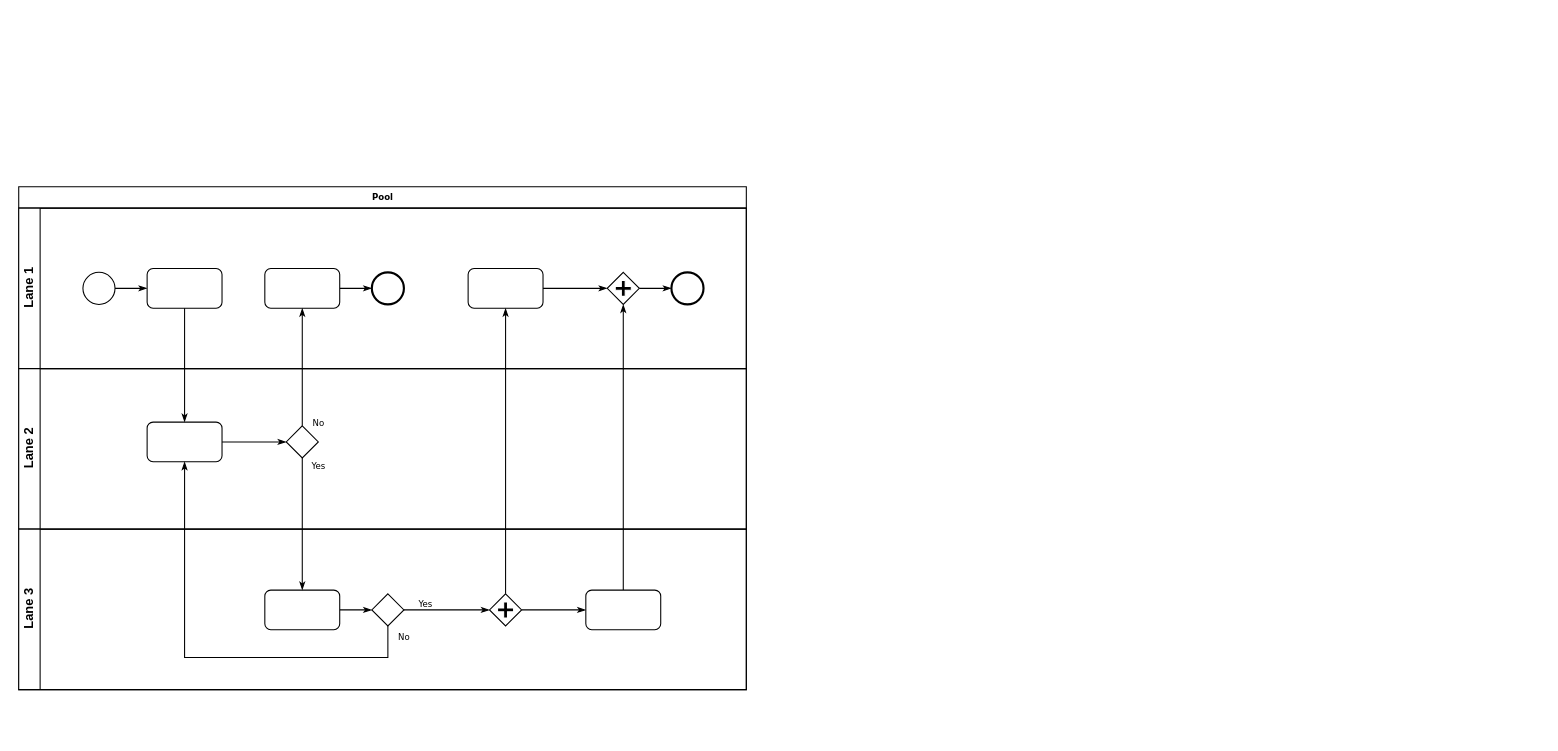
Above: Untitled Diagram.drawio in ajkelso/CLI-Project (draw.io), before the change. Source tidied: cells renumbered, new cells numbered last; positions are measured from the earlier drawing's top-left corner, leaving out a move shared by most shapes. Both pictures are drawn from the tidied source at 107%, with x=0, y=0 at pixel (18, 186).
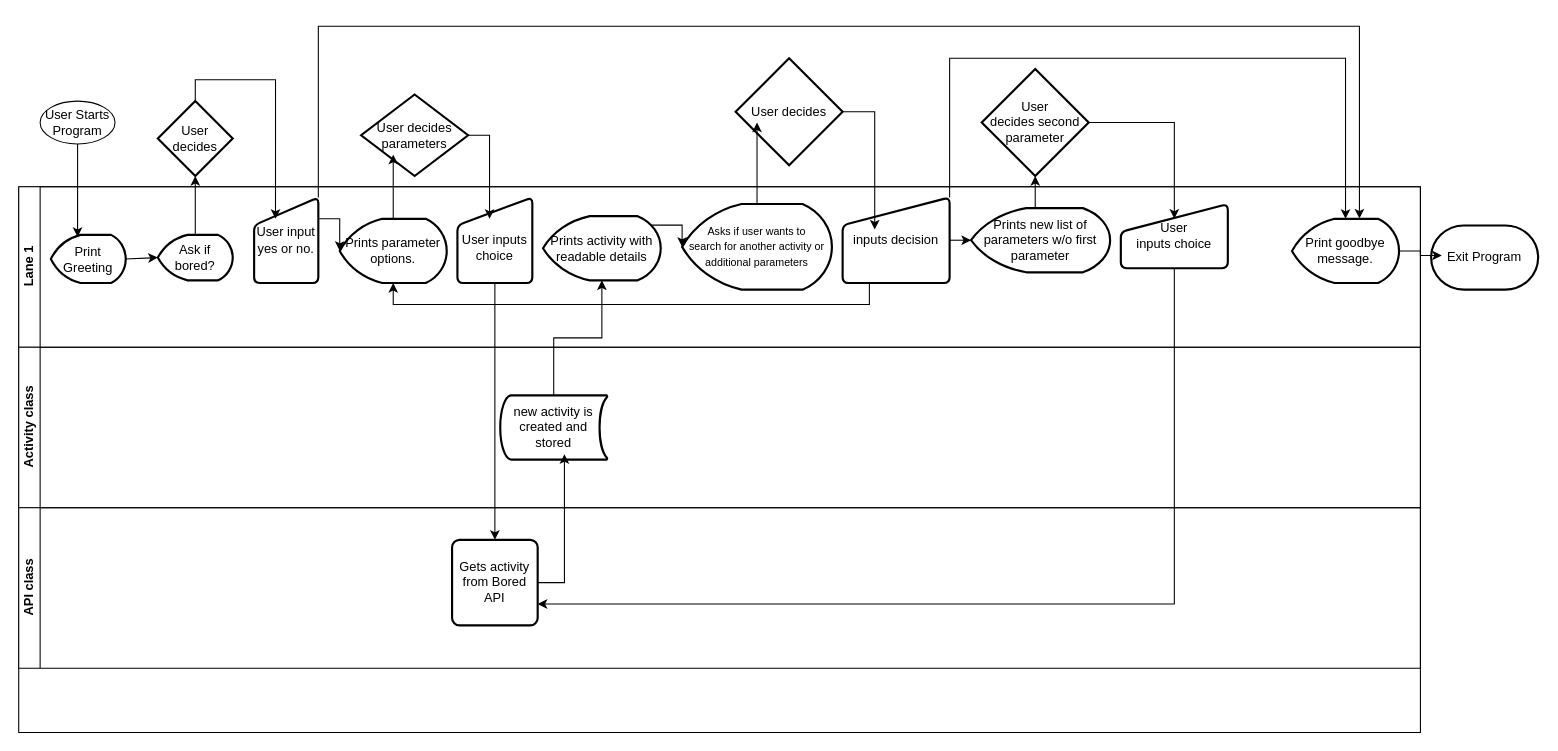
The same page after the edit.

Commit message:
CLI Project diagram

What changed in the source:
```diff
@@
-    <mxCell id="2" value="Pool" style="swimlane;html=1;horizontal=1;startSize=20;rounded=0;shadow=0;labelBackgroundColor=none;strokeWidth=1;fontFamily=Verdana;fontSize=8;align=center;" parent="1" vertex="1">
-      <mxGeometry width="680" height="470" as="geometry" />
+    <mxCell id="2" style="swimlane;html=1;horizontal=1;startSize=0;rounded=0;shadow=0;labelBackgroundColor=none;strokeWidth=1;fontFamily=Verdana;fontSize=8;align=center;" parent="1" vertex="1">
+      <mxGeometry width="1310" height="510" as="geometry" />
     </mxCell>
     <mxCell id="3" value="Lane 1" style="swimlane;html=1;startSize=20;horizontal=0;" parent="2" vertex="1">
-      <mxGeometry y="20" width="680" height="150" as="geometry" />
+      <mxGeometry width="1310" height="150" as="geometry" />
     </mxCell>
-    <mxCell id="4" style="edgeStyle=orthogonalEdgeStyle;rounded=0;html=1;labelBackgroundColor=none;startArrow=none;startFill=0;startSize=5;endArrow=classicThin;endFill=1;endSize=5;jettySize=auto;strokeWidth=1;fontFamily=Verdana;fontSize=8;" parent="3" edge="1" source="5" target="6">
-      <mxGeometry relative="1" as="geometry" />
-    </mxCell>
-    <mxCell id="5" style="ellipse;whiteSpace=wrap;html=1;rounded=0;shadow=0;labelBackgroundColor=none;strokeWidth=1;fontFamily=Verdana;fontSize=8;align=center;" parent="3" vertex="1">
-      <mxGeometry x="60" y="60" width="30" height="30" as="geometry" />
-    </mxCell>
-    <mxCell id="6" style="rounded=1;whiteSpace=wrap;html=1;shadow=0;labelBackgroundColor=none;strokeWidth=1;fontFamily=Verdana;fontSize=8;align=center;" parent="3" vertex="1">
-      <mxGeometry x="120" y="56.5" width="70" height="37" as="geometry" />
-    </mxCell>
-    <mxCell id="7" style="edgeStyle=orthogonalEdgeStyle;rounded=0;html=1;labelBackgroundColor=none;startArrow=none;startFill=0;startSize=5;endArrow=classicThin;endFill=1;endSize=5;jettySize=auto;strokeWidth=1;fontFamily=Verdana;fontSize=8;" parent="3" edge="1" source="8" target="9">
-      <mxGeometry relative="1" as="geometry" />
-    </mxCell>
-    <mxCell id="8" style="rounded=1;whiteSpace=wrap;html=1;shadow=0;labelBackgroundColor=none;strokeWidth=1;fontFamily=Verdana;fontSize=8;align=center;" parent="3" vertex="1">
-      <mxGeometry x="230" y="56.5" width="70" height="37" as="geometry" />
-    </mxCell>
-    <mxCell id="9" style="ellipse;whiteSpace=wrap;html=1;rounded=0;shadow=0;labelBackgroundColor=none;strokeWidth=2;fontFamily=Verdana;fontSize=8;align=center;" parent="3" vertex="1">
-      <mxGeometry x="330" y="60" width="30" height="30" as="geometry" />
-    </mxCell>
-    <mxCell id="10" style="edgeStyle=orthogonalEdgeStyle;rounded=0;html=1;entryX=0;entryY=0.5;labelBackgroundColor=none;startArrow=none;startFill=0;startSize=5;endArrow=classicThin;endFill=1;endSize=5;jettySize=auto;strokeWidth=1;fontFamily=Verdana;fontSize=8;" parent="3" edge="1" source="11" target="13">
-      <mxGeometry relative="1" as="geometry" />
-    </mxCell>
-    <mxCell id="11" style="rounded=1;whiteSpace=wrap;html=1;shadow=0;labelBackgroundColor=none;strokeWidth=1;fontFamily=Verdana;fontSize=8;align=center;" parent="3" vertex="1">
-      <mxGeometry x="420" y="56.5" width="70" height="37" as="geometry" />
-    </mxCell>
-    <mxCell id="12" style="edgeStyle=orthogonalEdgeStyle;rounded=0;html=1;labelBackgroundColor=none;startArrow=none;startFill=0;startSize=5;endArrow=classicThin;endFill=1;endSize=5;jettySize=auto;strokeWidth=1;fontFamily=Verdana;fontSize=8;" parent="3" edge="1" source="13" target="14">
-      <mxGeometry relative="1" as="geometry" />
-    </mxCell>
-    <mxCell id="13" style="shape=mxgraph.bpmn.shape;html=1;verticalLabelPosition=bottom;labelBackgroundColor=#ffffff;verticalAlign=top;perimeter=rhombusPerimeter;background=gateway;outline=none;symbol=parallelGw;rounded=1;shadow=0;strokeWidth=1;fontFamily=Verdana;fontSize=8;align=center;" parent="3" vertex="1">
-      <mxGeometry x="550" y="60" width="30" height="30" as="geometry" />
-    </mxCell>
-    <mxCell id="14" style="ellipse;whiteSpace=wrap;html=1;rounded=0;shadow=0;labelBackgroundColor=none;strokeWidth=2;fontFamily=Verdana;fontSize=8;align=center;" parent="3" vertex="1">
-      <mxGeometry x="610" y="60" width="30" height="30" as="geometry" />
-    </mxCell>
+    <mxCell id="33" style="edgeStyle=orthogonalEdgeStyle;rounded=0;jettySize=auto;html=1;exitX=1;exitY=0;exitDx=0;exitDy=0;entryX=0.63;entryY=-0.004;entryDx=0;entryDy=0;entryPerimeter=0;" parent="3" edge="1" source="36" target="43">
+      <mxGeometry relative="1" as="geometry">
+        <Array as="points">
+          <mxPoint x="280" y="-150" />
+          <mxPoint x="1253" y="-150" />
+        </Array>
+      </mxGeometry>
+    </mxCell>
+    <mxCell id="34" style="edgeStyle=orthogonalEdgeStyle;rounded=0;jettySize=auto;html=1;exitX=1;exitY=0.25;exitDx=0;exitDy=0;" parent="3" edge="1" source="36" target="46">
+      <mxGeometry relative="1" as="geometry" />
+    </mxCell>
+    <mxCell id="35" value="User &lt;br&gt;inputs choice" style="html=1;strokeWidth=2;shape=manualInput;whiteSpace=wrap;rounded=1;size=26;arcSize=11;" parent="3" vertex="1">
+      <mxGeometry x="1030" y="16.2" width="100" height="60" as="geometry" />
+    </mxCell>
+    <mxCell id="36" value="User input yes or no." style="html=1;strokeWidth=2;shape=manualInput;whiteSpace=wrap;rounded=1;size=26;arcSize=11;" parent="3" vertex="1">
+      <mxGeometry x="220" y="10" width="60" height="80" as="geometry" />
+    </mxCell>
+    <mxCell id="37" style="endArrow=classic;html=1;entryX=0;entryY=0.5;entryDx=0;entryDy=0;entryPerimeter=0;exitX=1;exitY=0.5;exitDx=0;exitDy=0;exitPerimeter=0;" parent="3" edge="1" source="44" target="45">
+      <mxGeometry relative="1" as="geometry" />
+    </mxCell>
+    <mxCell id="38" value="&lt;br&gt;User inputs choice" style="html=1;strokeWidth=2;shape=manualInput;whiteSpace=wrap;rounded=1;size=26;arcSize=11;" parent="3" vertex="1">
+      <mxGeometry x="410" y="10" width="70" height="80" as="geometry" />
+    </mxCell>
+    <mxCell id="39" style="edgeStyle=orthogonalEdgeStyle;rounded=0;jettySize=auto;html=1;exitX=0.92;exitY=0.14;exitDx=0;exitDy=0;exitPerimeter=0;" parent="3" edge="1" source="41" target="42">
+      <mxGeometry relative="1" as="geometry" />
+    </mxCell>
+    <mxCell id="40" value="Prints new list of parameters w/o first parameter" style="strokeWidth=2;html=1;shape=mxgraph.flowchart.display;whiteSpace=wrap;" parent="3" vertex="1">
+      <mxGeometry x="890" y="20" width="130" height="60" as="geometry" />
+    </mxCell>
+    <mxCell id="41" value="Prints activity with readable details" style="strokeWidth=2;html=1;shape=mxgraph.flowchart.display;whiteSpace=wrap;" parent="3" vertex="1">
+      <mxGeometry x="490" y="27.5" width="110" height="60" as="geometry" />
+    </mxCell>
+    <mxCell id="42" value="&lt;font style=&quot;font-size: 10px&quot;&gt;Asks if user wants to &lt;br&gt;search for another activity or &lt;br&gt;additional parameters&lt;/font&gt;" style="strokeWidth=2;html=1;shape=mxgraph.flowchart.display;whiteSpace=wrap;" parent="3" vertex="1">
+      <mxGeometry x="620" y="16.2" width="140" height="80" as="geometry" />
+    </mxCell>
+    <mxCell id="43" value="Print goodbye message." style="strokeWidth=2;html=1;shape=mxgraph.flowchart.display;whiteSpace=wrap;" parent="3" vertex="1">
+      <mxGeometry x="1190" y="30" width="100" height="60" as="geometry" />
+    </mxCell>
+    <mxCell id="44" value="Print Greeting" style="strokeWidth=2;html=1;shape=mxgraph.flowchart.display;whiteSpace=wrap;" parent="3" vertex="1">
+      <mxGeometry x="30" y="45" width="70" height="45" as="geometry" />
+    </mxCell>
+    <mxCell id="45" value="Ask if bored?" style="strokeWidth=2;html=1;shape=mxgraph.flowchart.display;whiteSpace=wrap;" parent="3" vertex="1">
+      <mxGeometry x="130" y="45" width="70" height="42.5" as="geometry" />
+    </mxCell>
+    <mxCell id="46" value="Prints parameter options." style="strokeWidth=2;html=1;shape=mxgraph.flowchart.display;whiteSpace=wrap;" parent="3" vertex="1">
+      <mxGeometry x="300" y="30" width="100" height="60" as="geometry" />
+    </mxCell>
+    <mxCell id="47" style="edgeStyle=orthogonalEdgeStyle;rounded=0;jettySize=auto;html=1;exitX=0.25;exitY=1;exitDx=0;exitDy=0;entryX=0.5;entryY=1;entryDx=0;entryDy=0;entryPerimeter=0;" parent="3" edge="1" source="50" target="46">
+      <mxGeometry relative="1" as="geometry" />
+    </mxCell>
+    <mxCell id="48" style="edgeStyle=orthogonalEdgeStyle;rounded=0;jettySize=auto;html=1;exitX=1;exitY=0.5;exitDx=0;exitDy=0;entryX=0;entryY=0.5;entryDx=0;entryDy=0;entryPerimeter=0;" parent="3" edge="1" source="50" target="40">
+      <mxGeometry relative="1" as="geometry" />
+    </mxCell>
+    <mxCell id="49" style="edgeStyle=orthogonalEdgeStyle;rounded=0;jettySize=auto;html=1;exitX=1;exitY=0;exitDx=0;exitDy=0;entryX=0.5;entryY=0;entryDx=0;entryDy=0;entryPerimeter=0;" parent="3" edge="1" source="50" target="43">
+      <mxGeometry relative="1" as="geometry">
+        <Array as="points">
+          <mxPoint x="870" y="-120" />
+          <mxPoint x="1240" y="-120" />
+        </Array>
+      </mxGeometry>
+    </mxCell>
+    <mxCell id="50" value="inputs decision" style="html=1;strokeWidth=2;shape=manualInput;whiteSpace=wrap;rounded=1;size=26;arcSize=11;" parent="3" vertex="1">
+      <mxGeometry x="770" y="10" width="100" height="80" as="geometry" />
+    </mxCell>
-    <mxCell id="15" value="Lane 2" style="swimlane;html=1;startSize=20;horizontal=0;" parent="2" vertex="1">
-      <mxGeometry y="170" width="680" height="150" as="geometry" />
+    <mxCell id="15" value="Activity class" style="swimlane;html=1;startSize=20;horizontal=0;" parent="2" vertex="1">
+      <mxGeometry y="150" width="1310" height="150" as="geometry" />
     </mxCell>
-    <mxCell id="16" style="edgeStyle=orthogonalEdgeStyle;rounded=0;html=1;labelBackgroundColor=none;startArrow=none;startFill=0;startSize=5;endArrow=classicThin;endFill=1;endSize=5;jettySize=auto;strokeWidth=1;fontFamily=Verdana;fontSize=8;" parent="15" edge="1" source="17" target="18">
-      <mxGeometry relative="1" as="geometry" />
-    </mxCell>
-    <mxCell id="17" style="rounded=1;whiteSpace=wrap;html=1;shadow=0;labelBackgroundColor=none;strokeWidth=1;fontFamily=Verdana;fontSize=8;align=center;" parent="15" vertex="1">
-      <mxGeometry x="120" y="50" width="70" height="37" as="geometry" />
-    </mxCell>
-    <mxCell id="18" style="strokeWidth=1;html=1;shape=mxgraph.flowchart.decision;whiteSpace=wrap;rounded=1;shadow=0;labelBackgroundColor=none;fontFamily=Verdana;fontSize=8;align=center;" parent="15" vertex="1">
-      <mxGeometry x="250" y="53.5" width="30" height="30" as="geometry" />
-    </mxCell>
+    <mxCell id="51" value="new activity is created and stored" style="strokeWidth=2;html=1;shape=mxgraph.flowchart.stored_data;whiteSpace=wrap;" parent="15" vertex="1">
+      <mxGeometry x="450" y="45" width="100" height="60" as="geometry" />
+    </mxCell>
-    <mxCell id="19" value="Lane 3" style="swimlane;html=1;startSize=20;horizontal=0;" parent="2" vertex="1">
-      <mxGeometry y="320" width="680" height="150" as="geometry" />
+    <mxCell id="19" value="API class" style="swimlane;html=1;startSize=20;horizontal=0;" parent="2" vertex="1">
+      <mxGeometry y="300" width="1310" height="150" as="geometry" />
     </mxCell>
-    <mxCell id="20" style="edgeStyle=orthogonalEdgeStyle;rounded=0;html=1;labelBackgroundColor=none;startArrow=none;startFill=0;startSize=5;endArrow=classicThin;endFill=1;endSize=5;jettySize=auto;strokeWidth=1;fontFamily=Verdana;fontSize=8;" parent="19" edge="1" source="21" target="23">
-      <mxGeometry relative="1" as="geometry" />
-    </mxCell>
-    <mxCell id="21" style="rounded=1;whiteSpace=wrap;html=1;shadow=0;labelBackgroundColor=none;strokeWidth=1;fontFamily=Verdana;fontSize=8;align=center;" parent="19" vertex="1">
-      <mxGeometry x="230" y="57" width="70" height="37" as="geometry" />
-    </mxCell>
-    <mxCell id="22" value="Yes" style="edgeStyle=orthogonalEdgeStyle;rounded=0;html=1;entryX=0;entryY=0.5;labelBackgroundColor=none;startArrow=none;startFill=0;startSize=5;endArrow=classicThin;endFill=1;endSize=5;jettySize=auto;strokeWidth=1;fontFamily=Verdana;fontSize=8;" parent="19" edge="1" source="23" target="25">
-      <mxGeometry x="-0.5" y="6" relative="1" as="geometry" />
-    </mxCell>
-    <mxCell id="23" style="strokeWidth=1;html=1;shape=mxgraph.flowchart.decision;whiteSpace=wrap;rounded=1;shadow=0;labelBackgroundColor=none;fontFamily=Verdana;fontSize=8;align=center;" parent="19" vertex="1">
-      <mxGeometry x="330" y="60.5" width="30" height="30" as="geometry" />
-    </mxCell>
-    <mxCell id="24" style="edgeStyle=orthogonalEdgeStyle;rounded=0;html=1;labelBackgroundColor=none;startArrow=none;startFill=0;startSize=5;endArrow=classicThin;endFill=1;endSize=5;jettySize=auto;strokeColor=#000000;strokeWidth=1;fontFamily=Verdana;fontSize=8;fontColor=#000000;" parent="19" edge="1" source="25" target="26">
-      <mxGeometry relative="1" as="geometry" />
-    </mxCell>
-    <mxCell id="25" style="shape=mxgraph.bpmn.shape;html=1;verticalLabelPosition=bottom;labelBackgroundColor=#ffffff;verticalAlign=top;perimeter=rhombusPerimeter;background=gateway;outline=none;symbol=parallelGw;rounded=1;shadow=0;strokeWidth=1;fontFamily=Verdana;fontSize=8;align=center;" parent="19" vertex="1">
-      <mxGeometry x="440" y="60.5" width="30" height="30" as="geometry" />
-    </mxCell>
-    <mxCell id="26" style="rounded=1;whiteSpace=wrap;html=1;shadow=0;labelBackgroundColor=none;strokeWidth=1;fontFamily=Verdana;fontSize=8;align=center;" parent="19" vertex="1">
-      <mxGeometry x="530" y="57" width="70" height="37" as="geometry" />
-    </mxCell>
-    <mxCell id="27" style="edgeStyle=orthogonalEdgeStyle;rounded=0;html=1;labelBackgroundColor=none;startArrow=none;startFill=0;startSize=5;endArrow=classicThin;endFill=1;endSize=5;jettySize=auto;strokeWidth=1;fontFamily=Verdana;fontSize=8;" parent="2" edge="1" source="6" target="17">
-      <mxGeometry relative="1" as="geometry" />
-    </mxCell>
-    <mxCell id="28" value="No" style="edgeStyle=orthogonalEdgeStyle;rounded=0;html=1;labelBackgroundColor=none;startArrow=none;startFill=0;startSize=5;endArrow=classicThin;endFill=1;endSize=5;jettySize=auto;strokeWidth=1;fontFamily=Verdana;fontSize=8;" parent="2" edge="1" source="18" target="8">
-      <mxGeometry x="-0.94" y="-15" relative="1" as="geometry" />
-    </mxCell>
-    <mxCell id="29" value="Yes" style="edgeStyle=orthogonalEdgeStyle;rounded=0;html=1;labelBackgroundColor=none;startArrow=none;startFill=0;startSize=5;endArrow=classicThin;endFill=1;endSize=5;jettySize=auto;strokeWidth=1;fontFamily=Verdana;fontSize=8;" parent="2" edge="1" source="18" target="21">
-      <mxGeometry x="-0.89" y="15" relative="1" as="geometry" />
-    </mxCell>
-    <mxCell id="30" style="edgeStyle=orthogonalEdgeStyle;rounded=0;html=1;entryX=0.5;entryY=1;labelBackgroundColor=none;startArrow=none;startFill=0;startSize=5;endArrow=classicThin;endFill=1;endSize=5;jettySize=auto;strokeWidth=1;fontFamily=Verdana;fontSize=8;" parent="2" edge="1" source="26" target="13">
-      <mxGeometry relative="1" as="geometry" />
-    </mxCell>
-    <mxCell id="31" value="No" style="edgeStyle=orthogonalEdgeStyle;rounded=0;html=1;labelBackgroundColor=none;startArrow=none;startFill=0;startSize=5;endArrow=classicThin;endFill=1;endSize=5;jettySize=auto;strokeWidth=1;fontFamily=Verdana;fontSize=8;" parent="2" edge="1" source="23" target="17">
-      <mxGeometry x="-0.95" y="15" relative="1" as="geometry">
-        <Array as="points">
-          <mxPoint x="345" y="440" />
-          <mxPoint x="155" y="440" />
-        </Array>
-      </mxGeometry>
-    </mxCell>
-    <mxCell id="32" style="edgeStyle=orthogonalEdgeStyle;rounded=0;html=1;labelBackgroundColor=none;startArrow=none;startFill=0;startSize=5;endArrow=classicThin;endFill=1;endSize=5;jettySize=auto;strokeWidth=1;fontFamily=Verdana;fontSize=8;" parent="2" edge="1" source="25" target="11">
-      <mxGeometry relative="1" as="geometry" />
-    </mxCell>
+    <mxCell id="52" value="Gets activity from Bored API" style="rounded=1;whiteSpace=wrap;html=1;absoluteArcSize=1;arcSize=14;strokeWidth=2;" parent="19" vertex="1">
+      <mxGeometry x="405" y="30" width="80" height="80" as="geometry" />
+    </mxCell>
+    <mxCell id="53" style="edgeStyle=orthogonalEdgeStyle;rounded=0;jettySize=auto;html=1;exitX=0.5;exitY=1;exitDx=0;exitDy=0;entryX=0.5;entryY=0;entryDx=0;entryDy=0;" parent="2" edge="1" source="38" target="52">
+      <mxGeometry relative="1" as="geometry" />
+    </mxCell>
+    <mxCell id="54" style="edgeStyle=orthogonalEdgeStyle;rounded=0;jettySize=auto;html=1;exitX=1;exitY=0.5;exitDx=0;exitDy=0;entryX=0.6;entryY=0.917;entryDx=0;entryDy=0;entryPerimeter=0;" parent="2" edge="1" source="52" target="51">
+      <mxGeometry relative="1" as="geometry" />
+    </mxCell>
+    <mxCell id="55" style="edgeStyle=orthogonalEdgeStyle;rounded=0;jettySize=auto;html=1;exitX=0.5;exitY=0;exitDx=0;exitDy=0;exitPerimeter=0;" parent="2" edge="1" source="51" target="41">
+      <mxGeometry relative="1" as="geometry" />
+    </mxCell>
+    <mxCell id="56" style="edgeStyle=orthogonalEdgeStyle;rounded=0;jettySize=auto;html=1;exitX=0.5;exitY=1;exitDx=0;exitDy=0;entryX=1;entryY=0.75;entryDx=0;entryDy=0;" parent="2" edge="1" source="35" target="52">
+      <mxGeometry relative="1" as="geometry" />
+    </mxCell>
+    <mxCell id="57" style="edgeStyle=orthogonalEdgeStyle;rounded=0;jettySize=auto;html=1;exitX=0.5;exitY=1;exitDx=0;exitDy=0;entryX=0.357;entryY=0.044;entryDx=0;entryDy=0;entryPerimeter=0;" parent="1" edge="1" source="58" target="44">
+      <mxGeometry relative="1" as="geometry" />
+    </mxCell>
+    <mxCell id="58" value="User Starts&lt;br&gt;Program" style="ellipse;whiteSpace=wrap;html=1;" parent="1" vertex="1">
+      <mxGeometry x="20" y="-80" width="70" height="40" as="geometry" />
+    </mxCell>
+    <mxCell id="59" style="edgeStyle=orthogonalEdgeStyle;rounded=0;jettySize=auto;html=1;exitX=0.5;exitY=0;exitDx=0;exitDy=0;exitPerimeter=0;entryX=0.333;entryY=0.25;entryDx=0;entryDy=0;entryPerimeter=0;" parent="1" edge="1" source="60" target="36">
+      <mxGeometry relative="1" as="geometry" />
+    </mxCell>
+    <mxCell id="60" value="User decides" style="strokeWidth=2;html=1;shape=mxgraph.flowchart.decision;whiteSpace=wrap;" parent="1" vertex="1">
+      <mxGeometry x="130" y="-80" width="70" height="70" as="geometry" />
+    </mxCell>
+    <mxCell id="61" value="Exit Program" style="strokeWidth=2;html=1;shape=mxgraph.flowchart.terminator;whiteSpace=wrap;" parent="1" vertex="1">
+      <mxGeometry x="1320" y="36.2" width="100" height="60" as="geometry" />
+    </mxCell>
+    <mxCell id="62" style="edgeStyle=orthogonalEdgeStyle;rounded=0;jettySize=auto;html=1;exitX=1;exitY=0.5;exitDx=0;exitDy=0;exitPerimeter=0;entryX=0.1;entryY=0.467;entryDx=0;entryDy=0;entryPerimeter=0;" parent="1" edge="1" source="43" target="61">
+      <mxGeometry relative="1" as="geometry" />
+    </mxCell>
+    <mxCell id="63" style="edgeStyle=orthogonalEdgeStyle;rounded=0;jettySize=auto;html=1;exitX=1;exitY=0.5;exitDx=0;exitDy=0;exitPerimeter=0;entryX=0.429;entryY=0.25;entryDx=0;entryDy=0;entryPerimeter=0;" parent="1" edge="1" source="64" target="38">
+      <mxGeometry relative="1" as="geometry" />
+    </mxCell>
+    <mxCell id="64" value="User decides parameters" style="strokeWidth=2;html=1;shape=mxgraph.flowchart.decision;whiteSpace=wrap;" parent="1" vertex="1">
+      <mxGeometry x="320" y="-86.2" width="100" height="76.2" as="geometry" />
+    </mxCell>
+    <mxCell id="65" style="edgeStyle=orthogonalEdgeStyle;rounded=0;jettySize=auto;html=1;exitX=0.5;exitY=0;exitDx=0;exitDy=0;exitPerimeter=0;entryX=0.3;entryY=0.738;entryDx=0;entryDy=0;entryPerimeter=0;" parent="1" edge="1" source="46" target="64">
+      <mxGeometry relative="1" as="geometry" />
+    </mxCell>
+    <mxCell id="66" style="edgeStyle=orthogonalEdgeStyle;rounded=0;jettySize=auto;html=1;exitX=0.5;exitY=0;exitDx=0;exitDy=0;exitPerimeter=0;entryX=0.5;entryY=1;entryDx=0;entryDy=0;entryPerimeter=0;" parent="1" edge="1" source="45" target="60">
+      <mxGeometry relative="1" as="geometry" />
+    </mxCell>
+    <mxCell id="67" style="edgeStyle=orthogonalEdgeStyle;rounded=0;jettySize=auto;html=1;exitX=1;exitY=0.5;exitDx=0;exitDy=0;exitPerimeter=0;entryX=0.3;entryY=0.375;entryDx=0;entryDy=0;entryPerimeter=0;" parent="1" edge="1" source="68" target="50">
+      <mxGeometry relative="1" as="geometry" />
+    </mxCell>
+    <mxCell id="68" value="User decides" style="strokeWidth=2;html=1;shape=mxgraph.flowchart.decision;whiteSpace=wrap;" parent="1" vertex="1">
+      <mxGeometry x="670" y="-120" width="100" height="100" as="geometry" />
+    </mxCell>
+    <mxCell id="69" style="edgeStyle=orthogonalEdgeStyle;rounded=0;jettySize=auto;html=1;exitX=0.5;exitY=0;exitDx=0;exitDy=0;exitPerimeter=0;" parent="1" edge="1" source="42">
+      <mxGeometry relative="1" as="geometry">
+        <mxPoint x="690" y="-60" as="targetPoint" />
+      </mxGeometry>
+    </mxCell>
+    <mxCell id="70" style="edgeStyle=orthogonalEdgeStyle;rounded=0;jettySize=auto;html=1;exitX=1;exitY=0.5;exitDx=0;exitDy=0;exitPerimeter=0;entryX=0.5;entryY=0.229;entryDx=0;entryDy=0;entryPerimeter=0;" parent="1" edge="1" source="71" target="35">
+      <mxGeometry relative="1" as="geometry" />
+    </mxCell>
+    <mxCell id="71" value="User &lt;br&gt;decides second parameter" style="strokeWidth=2;html=1;shape=mxgraph.flowchart.decision;whiteSpace=wrap;" parent="1" vertex="1">
+      <mxGeometry x="900" y="-110" width="100" height="100" as="geometry" />
+    </mxCell>
+    <mxCell id="72" style="edgeStyle=orthogonalEdgeStyle;rounded=0;jettySize=auto;html=1;exitX=0.5;exitY=0;exitDx=0;exitDy=0;exitPerimeter=0;entryX=0.5;entryY=1;entryDx=0;entryDy=0;entryPerimeter=0;" parent="1" edge="1" source="40" target="71">
+      <mxGeometry relative="1" as="geometry" />
+    </mxCell>
```
